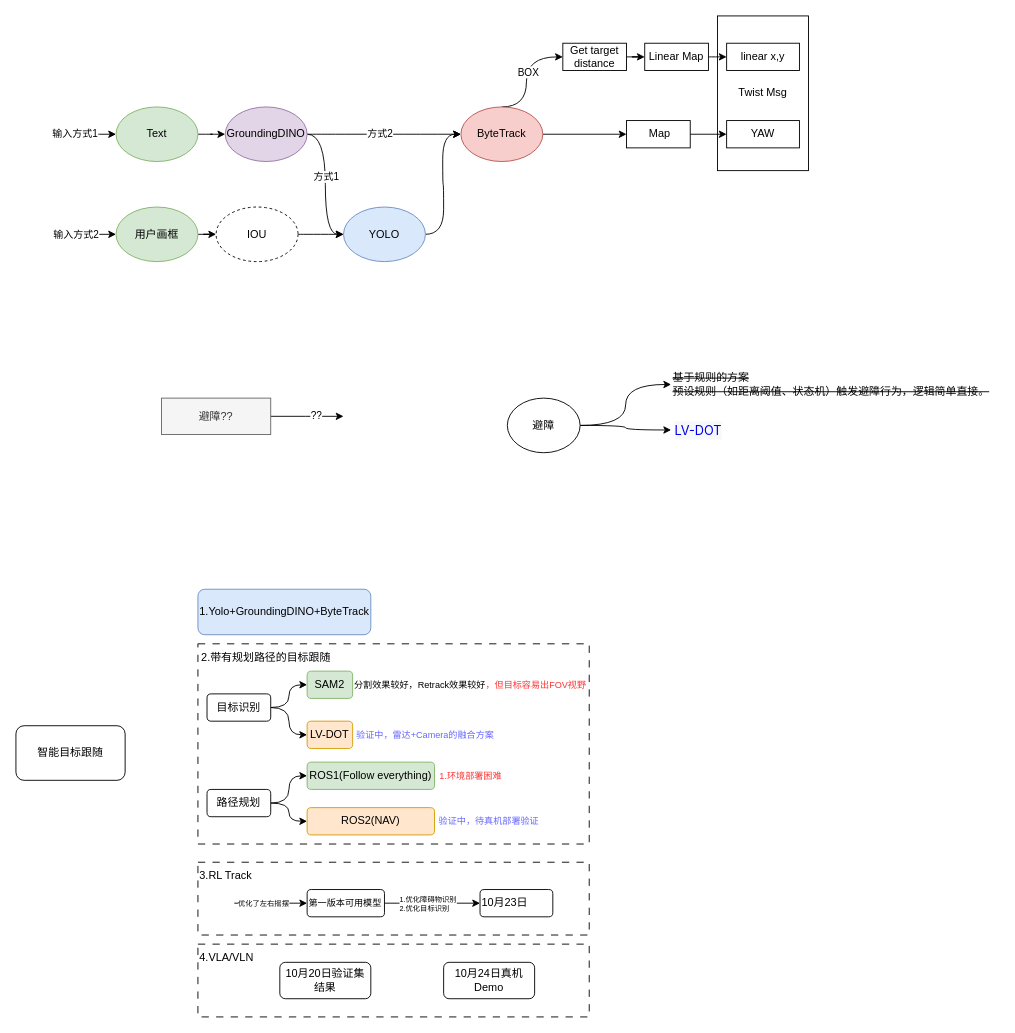
mailonghua/drawio keeps this draw.io diagram as LLM/经典跟踪方法.drawio. Above is the earlier version. Source tidied: cells renumbered, new cells numbered last; positions are measured from the earlier drawing's top-left corner, leaving out a move shared by most shapes. Both pictures are drawn from the tidied source at 91%, with x=0, y=0 at pixel (15, 15).
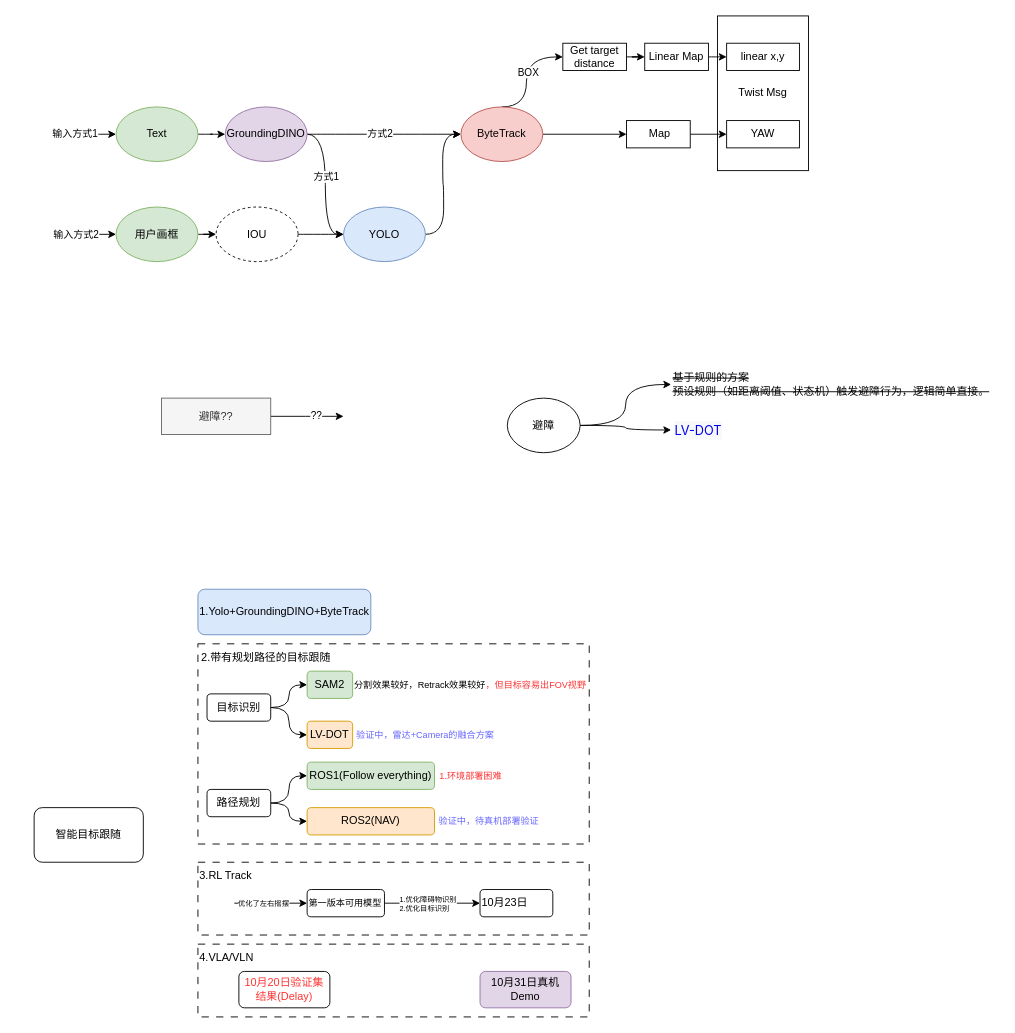
The same page after the edit.

Commit message:
更新经典跟踪方法.drawio

What changed in the source:
```diff
@@
     <mxCell id="41" value="智能目标跟随" style="rounded=1;whiteSpace=wrap;html=1;" parent="1" vertex="1">
-      <mxGeometry y="780" width="120" height="60" as="geometry" />
+      <mxGeometry x="20" y="870" width="120" height="60" as="geometry" />
     </mxCell>
@@
-    <mxCell id="68" value="10月20日验证集结果" style="rounded=1;whiteSpace=wrap;html=1;" parent="1" vertex="1">
-      <mxGeometry x="290" y="1040" width="100" height="40" as="geometry" />
+    <mxCell id="68" value="10月20日验证集结果(Delay)" style="rounded=1;whiteSpace=wrap;html=1;fontColor=#FF3333;" parent="1" vertex="1">
+      <mxGeometry x="245" y="1050" width="100" height="40" as="geometry" />
     </mxCell>
-    <mxCell id="69" value="10月24日真机Demo" style="rounded=1;whiteSpace=wrap;html=1;" parent="1" vertex="1">
-      <mxGeometry x="470" y="1040" width="100" height="40" as="geometry" />
+    <mxCell id="69" value="10月31日真机Demo" style="rounded=1;whiteSpace=wrap;html=1;fillColor=#e1d5e7;strokeColor=#9673a6;" parent="1" vertex="1">
+      <mxGeometry x="510" y="1050" width="100" height="40" as="geometry" />
     </mxCell>
```
